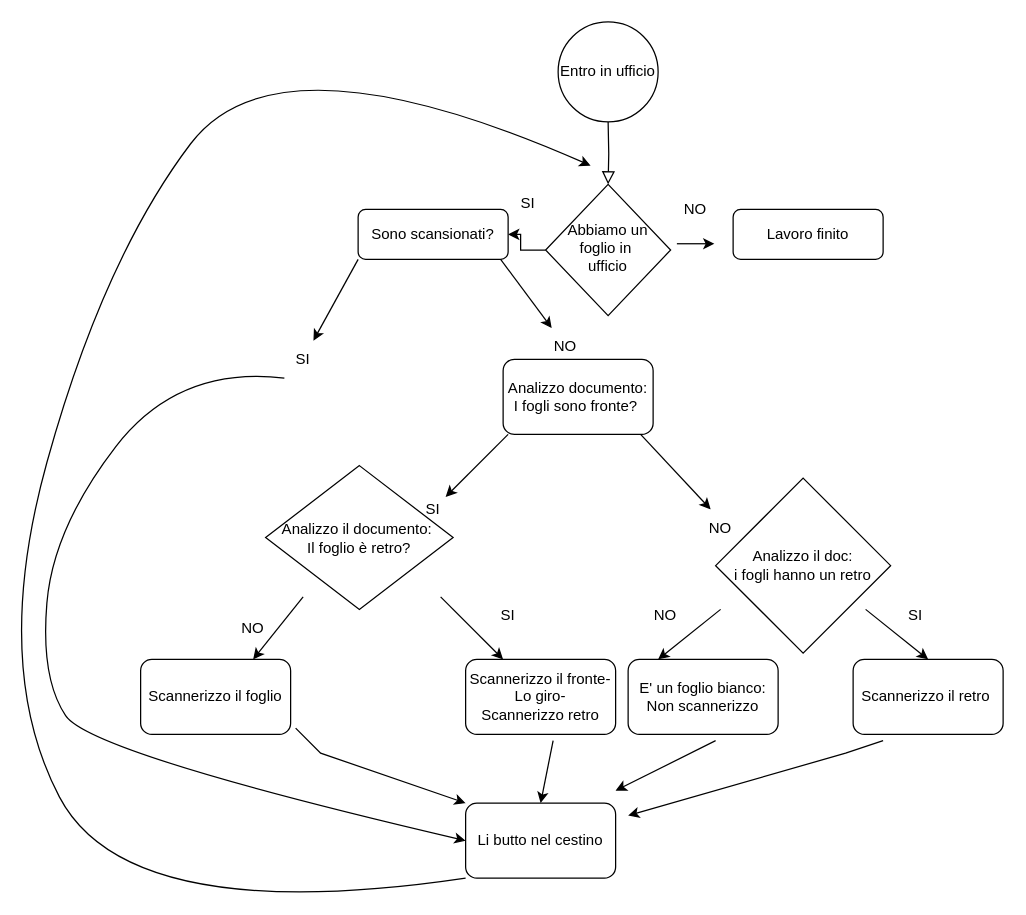
Above: diagramma di flusso esercizio boolean.drawio in silviosalza/human-code (draw.io), before the change. Source tidied: cells renumbered, new cells numbered last; positions are measured from the earlier drawing's top-left corner, leaving out a move shared by most shapes. Both pictures are drawn from the tidied source at 125%, with x=0, y=0 at pixel (-10, 21).
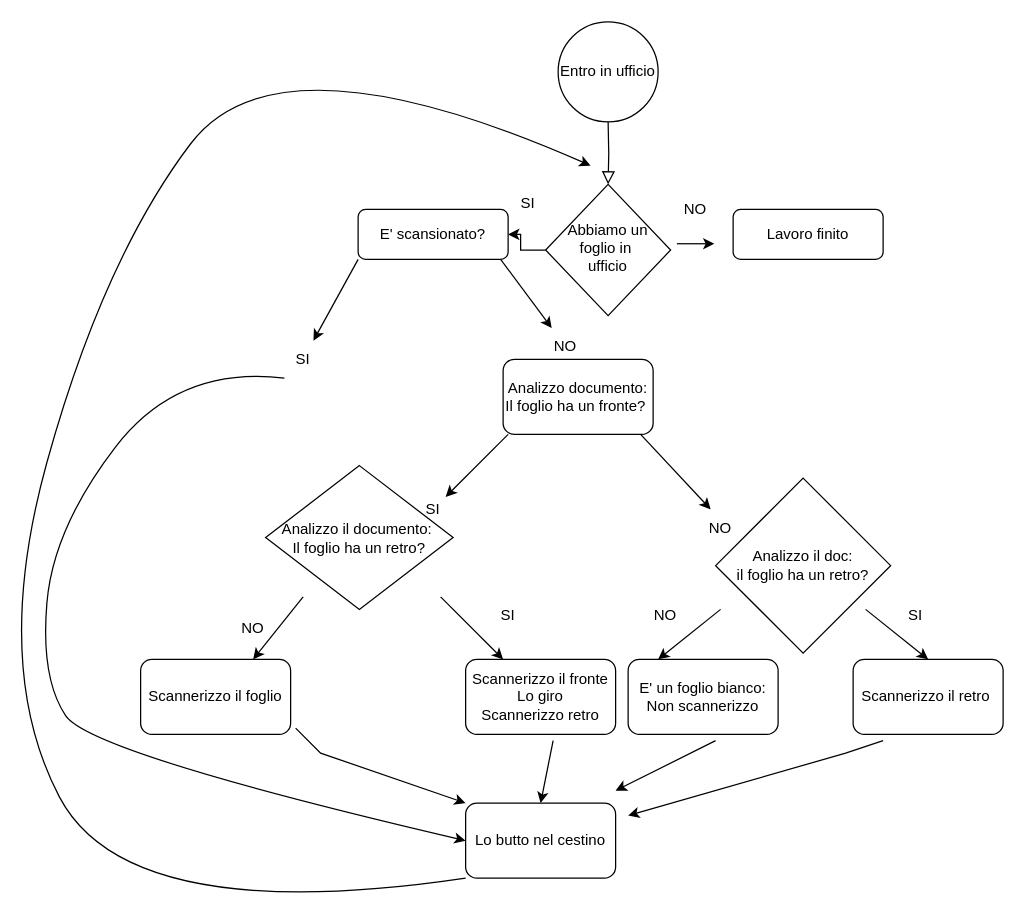
The same diagram, later.

Commit message:
diagramma aggiornato 2

Change to the diagram source:
```diff
@@
-    <mxCell id="6" value="Sono scansionati?" style="rounded=1;whiteSpace=wrap;html=1;fontSize=12;glass=0;strokeWidth=1;shadow=0;" parent="1" vertex="1">
+    <mxCell id="6" value="E' scansionato?" style="rounded=1;whiteSpace=wrap;html=1;fontSize=12;glass=0;strokeWidth=1;shadow=0;" parent="1" vertex="1">
       <mxGeometry x="294" y="150" width="120" height="40" as="geometry" />
     </mxCell>
@@
-    <mxCell id="10" value="Li butto nel cestino" style="rounded=1;whiteSpace=wrap;html=1;" parent="1" vertex="1">
+    <mxCell id="10" value="Lo butto nel cestino" style="rounded=1;whiteSpace=wrap;html=1;" parent="1" vertex="1">
       <mxGeometry x="380" y="625" width="120" height="60" as="geometry" />
     </mxCell>
@@
-    <mxCell id="13" value="Analizzo documento:&lt;br&gt;I fogli sono fronte?&amp;nbsp;" style="rounded=1;whiteSpace=wrap;html=1;" parent="1" vertex="1">
+    <mxCell id="13" value="Analizzo documento:&lt;br&gt;Il foglio ha un fronte?&amp;nbsp;" style="rounded=1;whiteSpace=wrap;html=1;" parent="1" vertex="1">
       <mxGeometry x="410" y="270" width="120" height="60" as="geometry" />
     </mxCell>
@@
-    <mxCell id="22" value="Scannerizzo il fronte-&lt;br&gt;Lo giro-&lt;br&gt;Scannerizzo retro&lt;br&gt;" style="rounded=1;whiteSpace=wrap;html=1;" parent="1" vertex="1">
+    <mxCell id="22" value="Scannerizzo il fronte&lt;br&gt;Lo giro&lt;br&gt;Scannerizzo retro" style="rounded=1;whiteSpace=wrap;html=1;" parent="1" vertex="1">
       <mxGeometry x="380" y="510" width="120" height="60" as="geometry" />
     </mxCell>
@@
-    <mxCell id="33" value="Analizzo il documento:&amp;nbsp;&lt;br&gt;Il foglio è retro?" style="rhombus;whiteSpace=wrap;html=1;" parent="1" vertex="1">
+    <mxCell id="33" value="Analizzo il documento:&amp;nbsp;&lt;br&gt;Il foglio ha un retro?" style="rhombus;whiteSpace=wrap;html=1;" parent="1" vertex="1">
       <mxGeometry x="220" y="355" width="150" height="115" as="geometry" />
     </mxCell>
-    <mxCell id="34" value="Analizzo il doc:&lt;br&gt;i fogli hanno un retro" style="rhombus;whiteSpace=wrap;html=1;" parent="1" vertex="1">
+    <mxCell id="34" value="Analizzo il doc:&lt;br&gt;il foglio ha un retro?" style="rhombus;whiteSpace=wrap;html=1;" parent="1" vertex="1">
       <mxGeometry x="580" y="365" width="140" height="140" as="geometry" />
     </mxCell>
```
